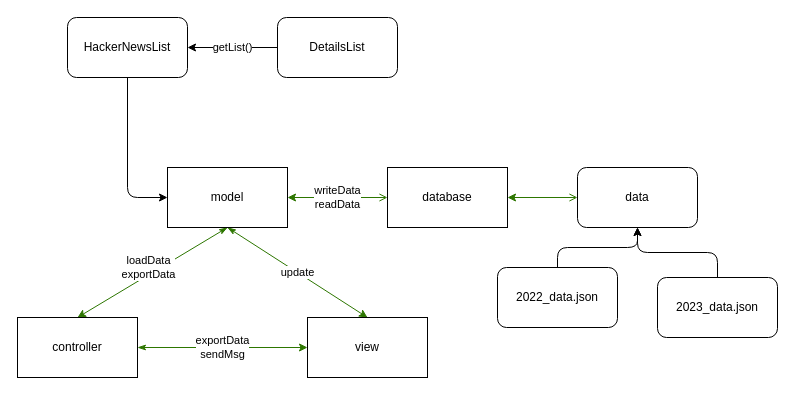
This is docs/model/overview.drawio from tower-town/Koala-Hacker-News, a draw.io file, before an edit. Source tidied: cells renumbered, new cells numbered last; positions are measured from the earlier drawing's top-left corner, leaving out a move shared by most shapes. Both pictures are drawn from the tidied source at 100%, with x=0, y=0 at pixel (17, 17).
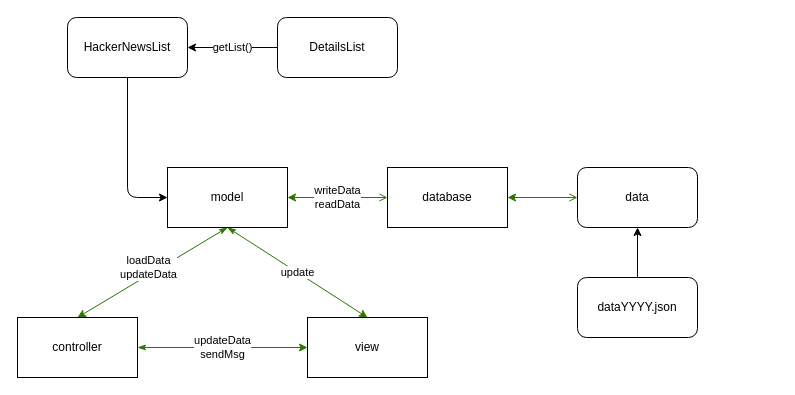
The same diagram, later.

Unchanged cells that the change refers to:
```xml
<mxCell id="2" style="edgeStyle=none;html=1;exitX=0.5;exitY=1;exitDx=0;exitDy=0;entryX=0.5;entryY=0;entryDx=0;entryDy=0;startArrow=classicThin;startFill=1;fillColor=#60a917;strokeColor=#2D7600;" parent="1" edge="1" source="5" target="19">
  <mxGeometry relative="1" as="geometry" />
</mxCell>
<mxCell id="13" value="data" style="rounded=1;whiteSpace=wrap;html=1;" parent="1" vertex="1">
  <mxGeometry x="560" y="150" width="120" height="60" as="geometry" />
</mxCell>
<mxCell id="19" value="controller" style="rounded=0;whiteSpace=wrap;html=1;" parent="1" vertex="1">
  <mxGeometry y="300" width="120" height="60" as="geometry" />
</mxCell>
<mxCell id="20" value="view" style="rounded=0;whiteSpace=wrap;html=1;" parent="1" vertex="1">
  <mxGeometry x="290" y="300" width="120" height="60" as="geometry" />
</mxCell>
```

The edit, as a diff of the source:
```diff
@@
-    <mxCell id="3" value="loadData&lt;br&gt;exportData" style="edgeLabel;html=1;align=center;verticalAlign=middle;" parent="2" vertex="1">
+    <mxCell id="3" value="loadData&lt;br&gt;updateData" style="edgeLabel;html=1;align=center;verticalAlign=middle;" parent="2" vertex="1">
       <mxGeometry x="-0.22" y="-3" relative="1" as="geometry">
         <mxPoint x="-20" y="7" as="offset" />
       </mxGeometry>
     </mxCell>
@@
-    <mxCell id="15" value="2022_data.json" style="rounded=1;whiteSpace=wrap;html=1;" parent="1" vertex="1">
-      <mxGeometry x="480" y="250" width="120" height="60" as="geometry" />
+    <mxCell id="15" value="dataYYYY.json" style="rounded=1;whiteSpace=wrap;html=1;" parent="1" vertex="1">
+      <mxGeometry x="560" y="260" width="120" height="60" as="geometry" />
     </mxCell>
-    <mxCell id="16" style="edgeStyle=orthogonalEdgeStyle;html=1;exitX=0.5;exitY=0;exitDx=0;exitDy=0;entryX=0.5;entryY=1;entryDx=0;entryDy=0;startArrow=none;startFill=0;" parent="1" edge="1" source="17" target="13">
-      <mxGeometry relative="1" as="geometry" />
-    </mxCell>
-    <mxCell id="17" value="2023_data.json" style="rounded=1;whiteSpace=wrap;html=1;" parent="1" vertex="1">
-      <mxGeometry x="640" y="260" width="120" height="60" as="geometry" />
-    </mxCell>
-    <mxCell id="18" value="exportData&lt;br&gt;sendMsg" style="edgeStyle=none;html=1;exitX=1;exitY=0.5;exitDx=0;exitDy=0;startArrow=classicThin;startFill=1;fillColor=#60a917;strokeColor=#2D7600;entryX=0;entryY=0.5;entryDx=0;entryDy=0;" parent="1" edge="1" source="19" target="20">
+    <mxCell id="18" value="updateData&lt;br&gt;sendMsg" style="edgeStyle=none;html=1;exitX=1;exitY=0.5;exitDx=0;exitDy=0;startArrow=classicThin;startFill=1;fillColor=#60a917;strokeColor=#2D7600;entryX=0;entryY=0.5;entryDx=0;entryDy=0;" parent="1" edge="1" source="19" target="20">
       <mxGeometry relative="1" as="geometry" />
     </mxCell>
```
